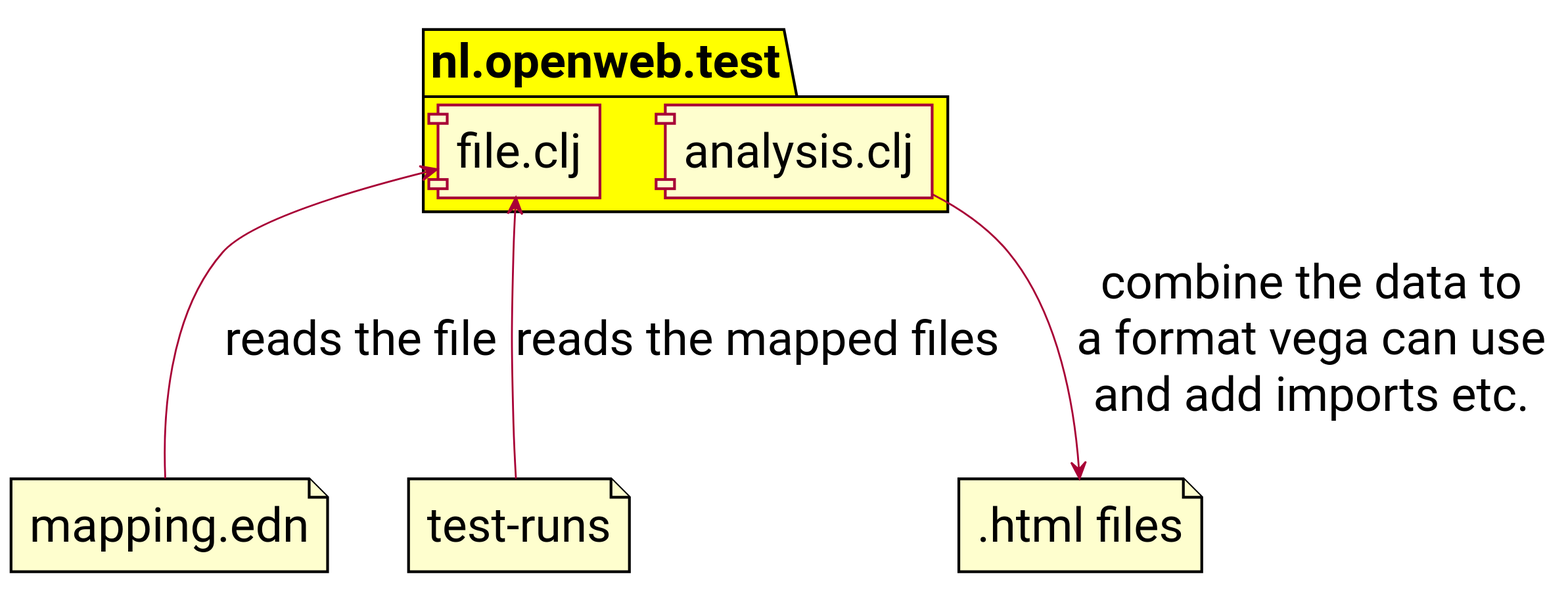
Above: docs/output-a-test.svg in openweb-nl/kafka-graphql-examples (PlantUML), before the change.
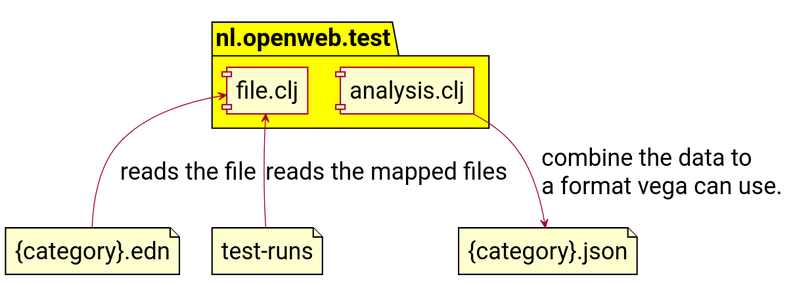
After the commit.

What changed in the source:
```diff
@@ -7,12 +7,12 @@
     component file.clj as fi
     component analysis.clj as an
 }
-file mapping.edn as map
+file "{category}.edn" as map
 file "test-runs" as tr
-file ".html files" as ht
+file "{category}.json" as ht
 
 fi <-- map :reads the file
 fi <-- tr: reads the mapped files
-an --> ht: combine the data to\na format vega can use\nand add imports etc.
+an --> ht: combine the data to\la format vega can use.
 
 @enduml
```
